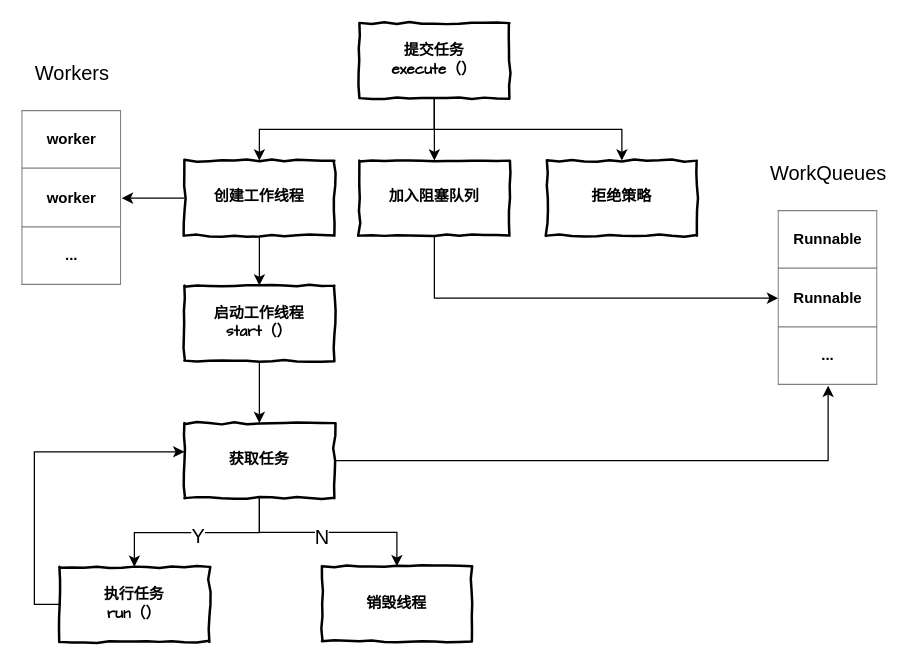
Before: 线程与同步的性能.drawio in C-wx/MindManager, a draw.io diagram. Source tidied: cells renumbered, new cells numbered last; positions are measured from the earlier drawing's top-left corner, leaving out a move shared by most shapes. Both pictures are drawn from the tidied source at 125%, with x=0, y=0 at pixel (21, 22).
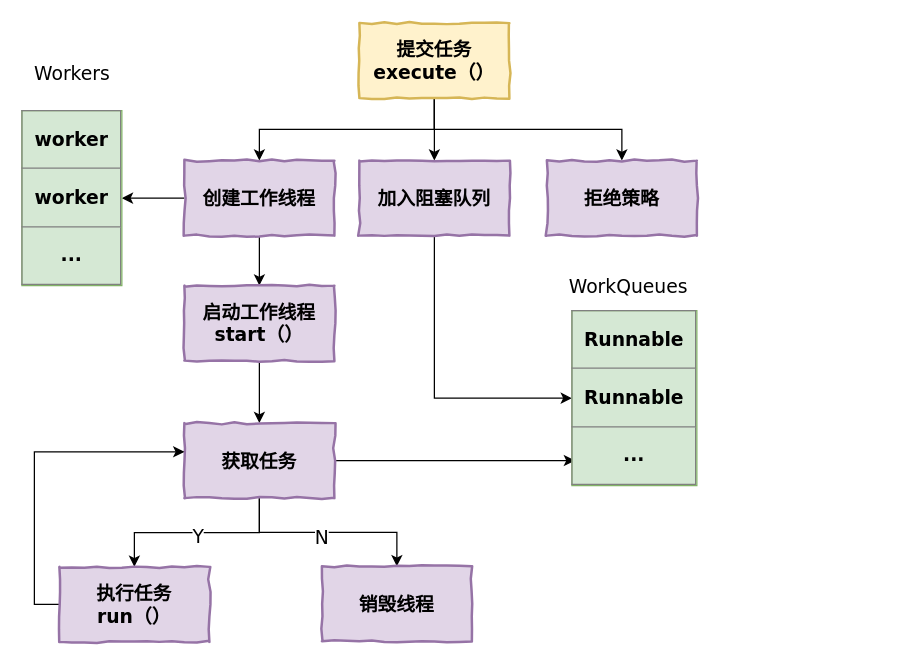
The same page after the edit.

Commit message (it also covers changes not shown here):
更新线程与同步的性能.drawio

What changed in the source:
```diff
@@
-    <mxCell id="2" style="edgeStyle=orthogonalEdgeStyle;rounded=0;jettySize=auto;html=1;" parent="1" edge="1" source="5" target="7">
+    <mxCell id="2" style="edgeStyle=orthogonalEdgeStyle;rounded=0;jettySize=auto;html=1;fontFamily=Verdana;fontSize=15;" parent="1" edge="1" source="5" target="7">
       <mxGeometry relative="1" as="geometry" />
     </mxCell>
-    <mxCell id="3" style="edgeStyle=orthogonalEdgeStyle;rounded=0;jettySize=auto;html=1;exitX=0.5;exitY=1;exitDx=0;exitDy=0;entryX=0.5;entryY=0;entryDx=0;entryDy=0;" parent="1" edge="1" source="5" target="10">
+    <mxCell id="3" style="edgeStyle=orthogonalEdgeStyle;rounded=0;jettySize=auto;html=1;exitX=0.5;exitY=1;exitDx=0;exitDy=0;entryX=0.5;entryY=0;entryDx=0;entryDy=0;fontFamily=Verdana;fontSize=15;" parent="1" edge="1" source="5" target="10">
       <mxGeometry relative="1" as="geometry" />
     </mxCell>
-    <mxCell id="4" style="edgeStyle=orthogonalEdgeStyle;rounded=0;jettySize=auto;html=1;exitX=0.5;exitY=1;exitDx=0;exitDy=0;entryX=0.5;entryY=0;entryDx=0;entryDy=0;" parent="1" edge="1" source="5" target="20">
+    <mxCell id="4" style="edgeStyle=orthogonalEdgeStyle;rounded=0;jettySize=auto;html=1;exitX=0.5;exitY=1;exitDx=0;exitDy=0;entryX=0.5;entryY=0;entryDx=0;entryDy=0;fontFamily=Verdana;fontSize=15;" parent="1" edge="1" source="5" target="20">
       <mxGeometry relative="1" as="geometry" />
     </mxCell>
-    <mxCell id="5" value="提交任务&lt;br&gt;execute（）" style="html=1;whiteSpace=wrap;comic=1;strokeWidth=2;fontFamily=Comic Sans MS;fontStyle=1;" parent="1" vertex="1">
+    <mxCell id="5" value="提交任务&lt;br style=&quot;font-size: 15px;&quot;&gt;execute（）" style="html=1;whiteSpace=wrap;comic=1;strokeWidth=2;fontFamily=Verdana;fontStyle=1;fillColor=#fff2cc;strokeColor=#d6b656;fontSize=15;" parent="1" vertex="1">
       <mxGeometry x="270" width="120" height="60" as="geometry" />
     </mxCell>
-    <mxCell id="6" style="edgeStyle=orthogonalEdgeStyle;rounded=0;jettySize=auto;html=1;exitX=0.5;exitY=1;exitDx=0;exitDy=0;entryX=0;entryY=0.5;entryDx=0;entryDy=0;" parent="1" edge="1" source="7" target="23">
+    <mxCell id="6" style="edgeStyle=orthogonalEdgeStyle;rounded=0;jettySize=auto;html=1;exitX=0.5;exitY=1;exitDx=0;exitDy=0;entryX=0;entryY=0.5;entryDx=0;entryDy=0;fontFamily=Verdana;fontSize=15;" parent="1" edge="1" source="7" target="23">
       <mxGeometry relative="1" as="geometry" />
     </mxCell>
-    <mxCell id="7" value="加入阻塞队列" style="html=1;whiteSpace=wrap;comic=1;strokeWidth=2;fontFamily=Comic Sans MS;fontStyle=1;" parent="1" vertex="1">
+    <mxCell id="7" value="加入阻塞队列" style="html=1;whiteSpace=wrap;comic=1;strokeWidth=2;fontFamily=Verdana;fontStyle=1;fillColor=#e1d5e7;strokeColor=#9673a6;fontSize=15;" parent="1" vertex="1">
       <mxGeometry x="270" y="110" width="120" height="60" as="geometry" />
     </mxCell>
-    <mxCell id="8" style="edgeStyle=orthogonalEdgeStyle;rounded=0;jettySize=auto;html=1;exitX=0;exitY=0.5;exitDx=0;exitDy=0;entryX=1;entryY=0.5;entryDx=0;entryDy=0;" parent="1" edge="1" source="10" target="21">
+    <mxCell id="8" style="edgeStyle=orthogonalEdgeStyle;rounded=0;jettySize=auto;html=1;exitX=0;exitY=0.5;exitDx=0;exitDy=0;entryX=1;entryY=0.5;entryDx=0;entryDy=0;fontFamily=Verdana;fontSize=15;" parent="1" edge="1" source="10" target="21">
       <mxGeometry relative="1" as="geometry" />
     </mxCell>
-    <mxCell id="9" style="edgeStyle=orthogonalEdgeStyle;rounded=0;jettySize=auto;html=1;" parent="1" edge="1" source="10" target="12">
+    <mxCell id="9" style="edgeStyle=orthogonalEdgeStyle;rounded=0;jettySize=auto;html=1;fontFamily=Verdana;fontSize=15;" parent="1" edge="1" source="10" target="12">
       <mxGeometry relative="1" as="geometry" />
     </mxCell>
-    <mxCell id="10" value="创建工作线程" style="html=1;whiteSpace=wrap;comic=1;strokeWidth=2;fontFamily=Comic Sans MS;fontStyle=1;" parent="1" vertex="1">
+    <mxCell id="10" value="创建工作线程" style="html=1;whiteSpace=wrap;comic=1;strokeWidth=2;fontFamily=Verdana;fontStyle=1;fillColor=#e1d5e7;strokeColor=#9673a6;fontSize=15;" parent="1" vertex="1">
       <mxGeometry x="130" y="110" width="120" height="60" as="geometry" />
     </mxCell>
-    <mxCell id="11" style="edgeStyle=orthogonalEdgeStyle;rounded=0;jettySize=auto;html=1;" parent="1" edge="1" source="12" target="17">
+    <mxCell id="11" style="edgeStyle=orthogonalEdgeStyle;rounded=0;jettySize=auto;html=1;fontFamily=Verdana;fontSize=15;" parent="1" edge="1" source="12" target="17">
       <mxGeometry relative="1" as="geometry" />
     </mxCell>
-    <mxCell id="12" value="启动工作线程&lt;br&gt;start（）" style="html=1;whiteSpace=wrap;comic=1;strokeWidth=2;fontFamily=Comic Sans MS;fontStyle=1;" parent="1" vertex="1">
+    <mxCell id="12" value="启动工作线程&lt;br style=&quot;font-size: 15px;&quot;&gt;start（）" style="html=1;whiteSpace=wrap;comic=1;strokeWidth=2;fontFamily=Verdana;fontStyle=1;fillColor=#e1d5e7;strokeColor=#9673a6;fontSize=15;" parent="1" vertex="1">
       <mxGeometry x="130" y="210" width="120" height="60" as="geometry" />
     </mxCell>
-    <mxCell id="13" style="edgeStyle=orthogonalEdgeStyle;rounded=0;jettySize=auto;html=1;exitX=1;exitY=0.5;exitDx=0;exitDy=0;entryX=0.5;entryY=1;entryDx=0;entryDy=0;" parent="1" edge="1" source="17" target="23">
-      <mxGeometry relative="1" as="geometry" />
-    </mxCell>
-    <mxCell id="14" style="edgeStyle=orthogonalEdgeStyle;rounded=0;jettySize=auto;html=1;" parent="1" edge="1" source="17" target="19">
+    <mxCell id="14" style="edgeStyle=orthogonalEdgeStyle;rounded=0;jettySize=auto;html=1;fontFamily=Verdana;fontSize=15;" parent="1" edge="1" source="17" target="19">
       <mxGeometry relative="1" as="geometry" />
     </mxCell>
-    <mxCell id="15" value="&lt;font style=&quot;font-size: 16px&quot;&gt;Y&lt;/font&gt;" style="edgeLabel;html=1;align=center;verticalAlign=middle;" parent="14" vertex="1">
+    <mxCell id="15" value="&lt;font style=&quot;font-size: 15px;&quot;&gt;Y&lt;/font&gt;" style="edgeLabel;html=1;align=center;verticalAlign=middle;fontFamily=Verdana;fontSize=15;" parent="14" vertex="1">
       <mxGeometry x="-0.26" y="2" relative="1" as="geometry">
         <mxPoint x="-20.5" as="offset" />
       </mxGeometry>
     </mxCell>
-    <mxCell id="16" style="edgeStyle=orthogonalEdgeStyle;rounded=0;jettySize=auto;html=1;exitX=0.5;exitY=1;exitDx=0;exitDy=0;entryX=0.5;entryY=0;entryDx=0;entryDy=0;" parent="1" edge="1" source="17" target="25">
+    <mxCell id="16" style="edgeStyle=orthogonalEdgeStyle;rounded=0;jettySize=auto;html=1;exitX=0.5;exitY=1;exitDx=0;exitDy=0;entryX=0.5;entryY=0;entryDx=0;entryDy=0;fontFamily=Verdana;fontSize=15;" parent="1" edge="1" source="17" target="25">
       <mxGeometry relative="1" as="geometry" />
     </mxCell>
+    <mxCell id="13" style="edgeStyle=orthogonalEdgeStyle;rounded=0;jettySize=auto;html=1;exitX=1;exitY=0.5;exitDx=0;exitDy=0;entryX=0.025;entryY=0.857;entryDx=0;entryDy=0;entryPerimeter=0;fontFamily=Verdana;fontSize=15;" parent="1" edge="1" source="17" target="23">
+      <mxGeometry relative="1" as="geometry" />
+    </mxCell>
-    <mxCell id="17" value="获取任务" style="html=1;whiteSpace=wrap;comic=1;strokeWidth=2;fontFamily=Comic Sans MS;fontStyle=1;" parent="1" vertex="1">
+    <mxCell id="17" value="获取任务" style="html=1;whiteSpace=wrap;comic=1;strokeWidth=2;fontFamily=Verdana;fontStyle=1;fillColor=#e1d5e7;strokeColor=#9673a6;fontSize=15;" parent="1" vertex="1">
       <mxGeometry x="130" y="320" width="120" height="60" as="geometry" />
     </mxCell>
-    <mxCell id="18" style="edgeStyle=orthogonalEdgeStyle;rounded=0;jettySize=auto;html=1;exitX=0;exitY=0.5;exitDx=0;exitDy=0;entryX=0;entryY=0.383;entryDx=0;entryDy=0;entryPerimeter=0;" parent="1" edge="1" source="19" target="17">
+    <mxCell id="18" style="edgeStyle=orthogonalEdgeStyle;rounded=0;jettySize=auto;html=1;exitX=0;exitY=0.5;exitDx=0;exitDy=0;entryX=0;entryY=0.383;entryDx=0;entryDy=0;entryPerimeter=0;fontFamily=Verdana;fontSize=15;" parent="1" edge="1" source="19" target="17">
       <mxGeometry relative="1" as="geometry" />
     </mxCell>
-    <mxCell id="19" value="执行任务&lt;br&gt;run（）" style="html=1;whiteSpace=wrap;comic=1;strokeWidth=2;fontFamily=Comic Sans MS;fontStyle=1;" parent="1" vertex="1">
+    <mxCell id="19" value="执行任务&lt;br style=&quot;font-size: 15px;&quot;&gt;run（）" style="html=1;whiteSpace=wrap;comic=1;strokeWidth=2;fontFamily=Verdana;fontStyle=1;fillColor=#e1d5e7;strokeColor=#9673a6;fontSize=15;" parent="1" vertex="1">
       <mxGeometry x="30" y="435" width="120" height="60" as="geometry" />
     </mxCell>
-    <mxCell id="20" value="拒绝策略" style="html=1;whiteSpace=wrap;comic=1;strokeWidth=2;fontFamily=Comic Sans MS;fontStyle=1;" parent="1" vertex="1">
+    <mxCell id="20" value="拒绝策略" style="html=1;whiteSpace=wrap;comic=1;strokeWidth=2;fontFamily=Verdana;fontStyle=1;fillColor=#e1d5e7;strokeColor=#9673a6;fontSize=15;" parent="1" vertex="1">
       <mxGeometry x="420" y="110" width="120" height="60" as="geometry" />
     </mxCell>
-    <mxCell id="21" value="&lt;table border=&quot;1&quot; width=&quot;100%&quot; cellpadding=&quot;4&quot; style=&quot;width: 100% ; height: 100% ; border-collapse: collapse&quot;&gt;&lt;tbody&gt;&lt;tr&gt;&lt;th align=&quot;center&quot;&gt;worker&lt;/th&gt;&lt;/tr&gt;&lt;tr&gt;&lt;td align=&quot;center&quot;&gt;&lt;b&gt;worker&lt;/b&gt;&lt;/td&gt;&lt;/tr&gt;&lt;tr&gt;&lt;td align=&quot;center&quot;&gt;&lt;b&gt;...&lt;/b&gt;&lt;/td&gt;&lt;/tr&gt;&lt;/tbody&gt;&lt;/table&gt;" style="text;html=1;strokeColor=none;fillColor=none;overflow=fill;" parent="1" vertex="1">
+    <mxCell id="21" value="&lt;table border=&quot;1&quot; width=&quot;100%&quot; cellpadding=&quot;4&quot; style=&quot;width: 100%; height: 100%; border-collapse: collapse; font-size: 15px;&quot;&gt;&lt;tbody style=&quot;font-size: 15px;&quot;&gt;&lt;tr style=&quot;font-size: 15px;&quot;&gt;&lt;th align=&quot;center&quot; style=&quot;font-size: 15px;&quot;&gt;worker&lt;/th&gt;&lt;/tr&gt;&lt;tr style=&quot;font-size: 15px;&quot;&gt;&lt;td align=&quot;center&quot; style=&quot;font-size: 15px;&quot;&gt;&lt;b style=&quot;font-size: 15px;&quot;&gt;worker&lt;/b&gt;&lt;/td&gt;&lt;/tr&gt;&lt;tr style=&quot;font-size: 15px;&quot;&gt;&lt;td align=&quot;center&quot; style=&quot;font-size: 15px;&quot;&gt;&lt;b style=&quot;font-size: 15px;&quot;&gt;...&lt;/b&gt;&lt;/td&gt;&lt;/tr&gt;&lt;/tbody&gt;&lt;/table&gt;" style="text;html=1;strokeColor=#82b366;fillColor=#d5e8d4;overflow=fill;fontFamily=Verdana;fontSize=15;" parent="1" vertex="1">
       <mxGeometry y="70" width="80" height="140" as="geometry" />
     </mxCell>
-    <mxCell id="22" value="&lt;font style=&quot;font-size: 16px&quot;&gt;Workers&lt;/font&gt;" style="text;html=1;align=center;verticalAlign=middle;" parent="1" vertex="1">
-      <mxGeometry x="5" y="30" width="70" height="20" as="geometry" />
+    <mxCell id="22" value="&lt;font style=&quot;font-size: 15px;&quot;&gt;Workers&lt;/font&gt;" style="text;html=1;align=center;verticalAlign=middle;fontFamily=Verdana;fontSize=15;" parent="1" vertex="1">
+      <mxGeometry y="30" width="80" height="20" as="geometry" />
     </mxCell>
-    <mxCell id="23" value="&lt;table border=&quot;1&quot; width=&quot;100%&quot; cellpadding=&quot;4&quot; style=&quot;width: 100% ; height: 100% ; border-collapse: collapse&quot;&gt;&lt;tbody&gt;&lt;tr&gt;&lt;th align=&quot;center&quot;&gt;Runnable&lt;/th&gt;&lt;/tr&gt;&lt;tr&gt;&lt;td align=&quot;center&quot;&gt;&lt;span style=&quot;font-weight: 700&quot;&gt;Runnable&lt;/span&gt;&lt;br&gt;&lt;/td&gt;&lt;/tr&gt;&lt;tr&gt;&lt;td align=&quot;center&quot;&gt;&lt;b&gt;...&lt;/b&gt;&lt;/td&gt;&lt;/tr&gt;&lt;/tbody&gt;&lt;/table&gt;" style="text;html=1;strokeColor=none;fillColor=none;overflow=fill;" parent="1" vertex="1">
-      <mxGeometry x="605" y="150" width="80" height="140" as="geometry" />
+    <mxCell id="23" value="&lt;table border=&quot;1&quot; width=&quot;100%&quot; cellpadding=&quot;4&quot; style=&quot;width: 100%; height: 100%; border-collapse: collapse; font-size: 15px;&quot;&gt;&lt;tbody style=&quot;font-size: 15px;&quot;&gt;&lt;tr style=&quot;font-size: 15px;&quot;&gt;&lt;th align=&quot;center&quot; style=&quot;font-size: 15px;&quot;&gt;Runnable&lt;/th&gt;&lt;/tr&gt;&lt;tr style=&quot;font-size: 15px;&quot;&gt;&lt;td align=&quot;center&quot; style=&quot;font-size: 15px;&quot;&gt;&lt;span style=&quot;font-weight: 700; font-size: 15px;&quot;&gt;Runnable&lt;/span&gt;&lt;br style=&quot;font-size: 15px;&quot;&gt;&lt;/td&gt;&lt;/tr&gt;&lt;tr style=&quot;font-size: 15px;&quot;&gt;&lt;td align=&quot;center&quot; style=&quot;font-size: 15px;&quot;&gt;&lt;b style=&quot;font-size: 15px;&quot;&gt;...&lt;/b&gt;&lt;/td&gt;&lt;/tr&gt;&lt;/tbody&gt;&lt;/table&gt;" style="text;html=1;strokeColor=#82b366;fillColor=#d5e8d4;overflow=fill;fontFamily=Verdana;fontSize=15;" parent="1" vertex="1">
+      <mxGeometry x="440" y="230" width="100" height="140" as="geometry" />
     </mxCell>
-    <mxCell id="24" value="&lt;font style=&quot;font-size: 16px&quot;&gt;WorkQueues&lt;br&gt;&lt;/font&gt;" style="text;html=1;align=center;verticalAlign=middle;" parent="1" vertex="1">
-      <mxGeometry x="590" y="110" width="110" height="20" as="geometry" />
+    <mxCell id="24" value="&lt;font style=&quot;font-size: 15px;&quot;&gt;WorkQueues&lt;br style=&quot;font-size: 15px;&quot;&gt;&lt;/font&gt;" style="text;html=1;align=center;verticalAlign=middle;fontFamily=Verdana;fontSize=15;" parent="1" vertex="1">
+      <mxGeometry x="430" y="200" width="110" height="20" as="geometry" />
     </mxCell>
-    <mxCell id="25" value="销毁线程" style="html=1;whiteSpace=wrap;comic=1;strokeWidth=2;fontFamily=Comic Sans MS;fontStyle=1;" parent="1" vertex="1">
+    <mxCell id="25" value="销毁线程" style="html=1;whiteSpace=wrap;comic=1;strokeWidth=2;fontFamily=Verdana;fontStyle=1;fillColor=#e1d5e7;strokeColor=#9673a6;fontSize=15;" parent="1" vertex="1">
       <mxGeometry x="240" y="434.5" width="120" height="60" as="geometry" />
     </mxCell>
-    <mxCell id="26" value="&lt;font style=&quot;font-size: 16px&quot;&gt;N&lt;/font&gt;" style="edgeLabel;html=1;align=center;verticalAlign=middle;" parent="1" vertex="1">
+    <mxCell id="26" value="&lt;font style=&quot;font-size: 15px;&quot;&gt;N&lt;/font&gt;" style="edgeLabel;html=1;align=center;verticalAlign=middle;fontFamily=Verdana;fontSize=15;" parent="1" vertex="1">
       <mxGeometry x="260" y="410" as="geometry">
         <mxPoint x="-20.5" as="offset" />
       </mxGeometry>
     </mxCell>
```
